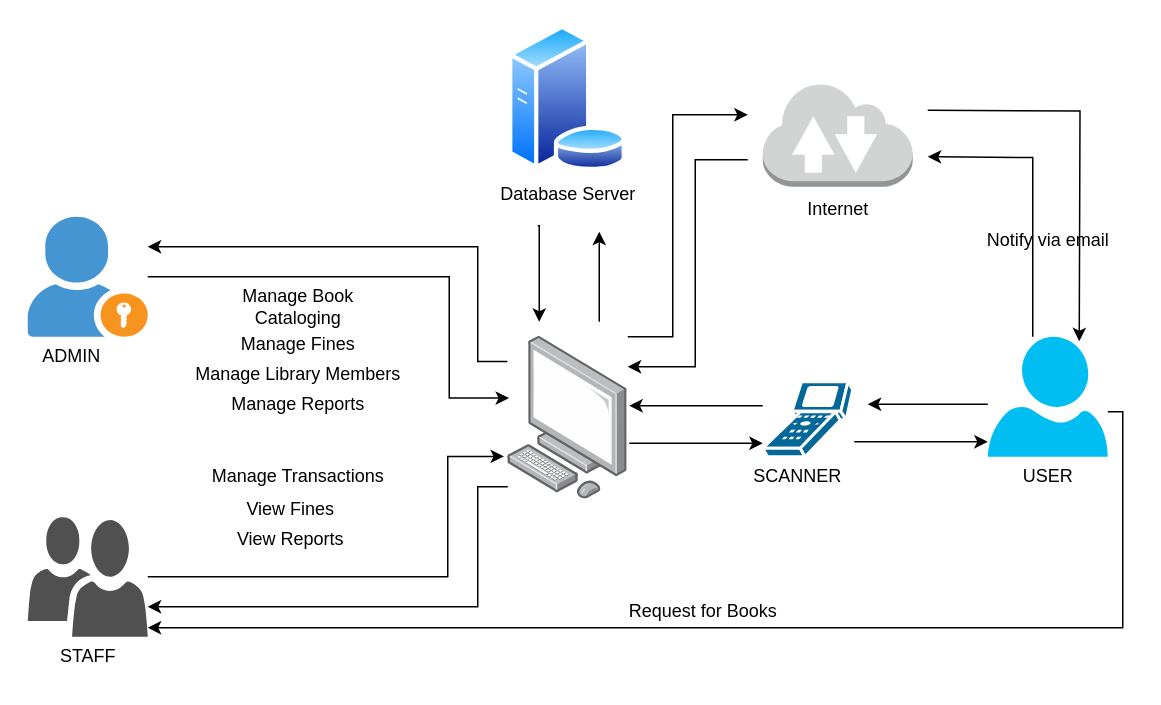
Before: op.drawio in Jayrou12345/Flowchart, a draw.io diagram. Source tidied: cells renumbered, new cells numbered last; positions are measured from the earlier drawing's top-left corner, leaving out a move shared by most shapes. Both pictures are drawn from the tidied source at 150%, with x=0, y=0 at pixel (26, 24).
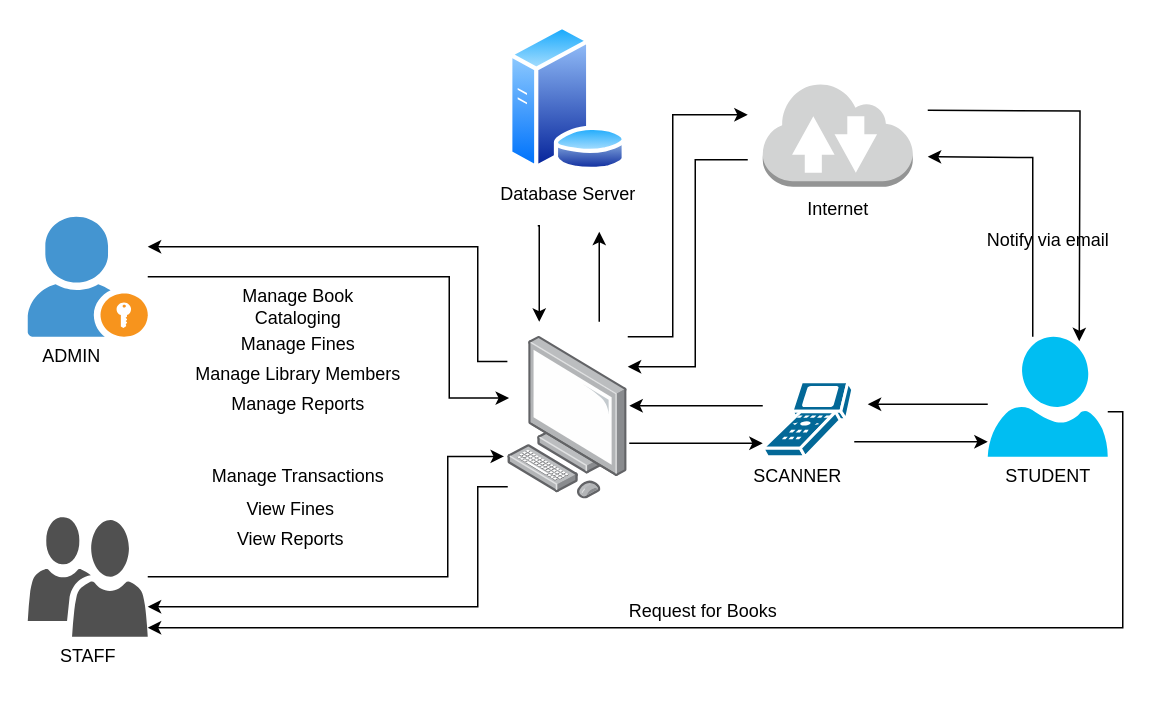
After the change.

What changed in the source:
```diff
@@
-    <mxCell id="24" value="USER" style="text;html=1;align=center;verticalAlign=middle;strokeColor=none;fillColor=none;" parent="1" vertex="1">
-      <mxGeometry x="651" y="286" width="60" height="30" as="geometry" />
+    <mxCell id="24" value="STUDENT" style="text;html=1;align=center;verticalAlign=middle;strokeColor=none;fillColor=none;" parent="1" vertex="1">
+      <mxGeometry x="641" y="286" width="80" height="30" as="geometry" />
     </mxCell>
```
